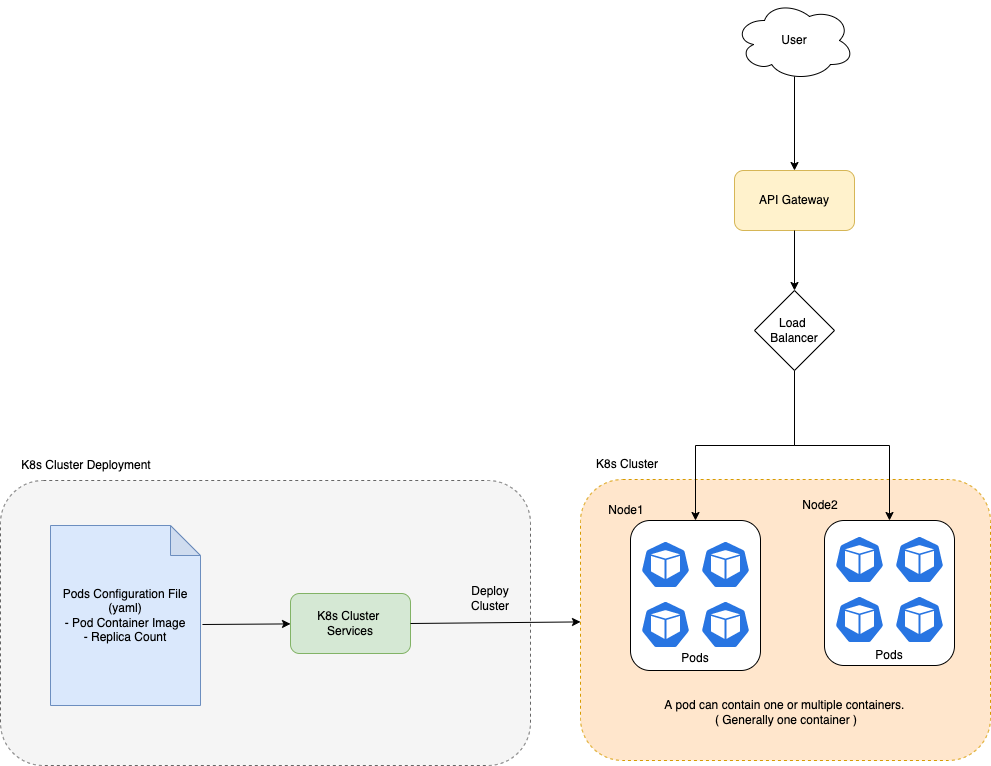
The draw.io diagram src/1_HLDDesignComponents/6_DevOps/assests/Kubernates-Architecture.png in Anshul619/HLD-System-Designs, before a commit. Source tidied: cells renumbered, new cells last; positions are measured from the earlier drawing's top-left corner, leaving out a move shared by most shapes.
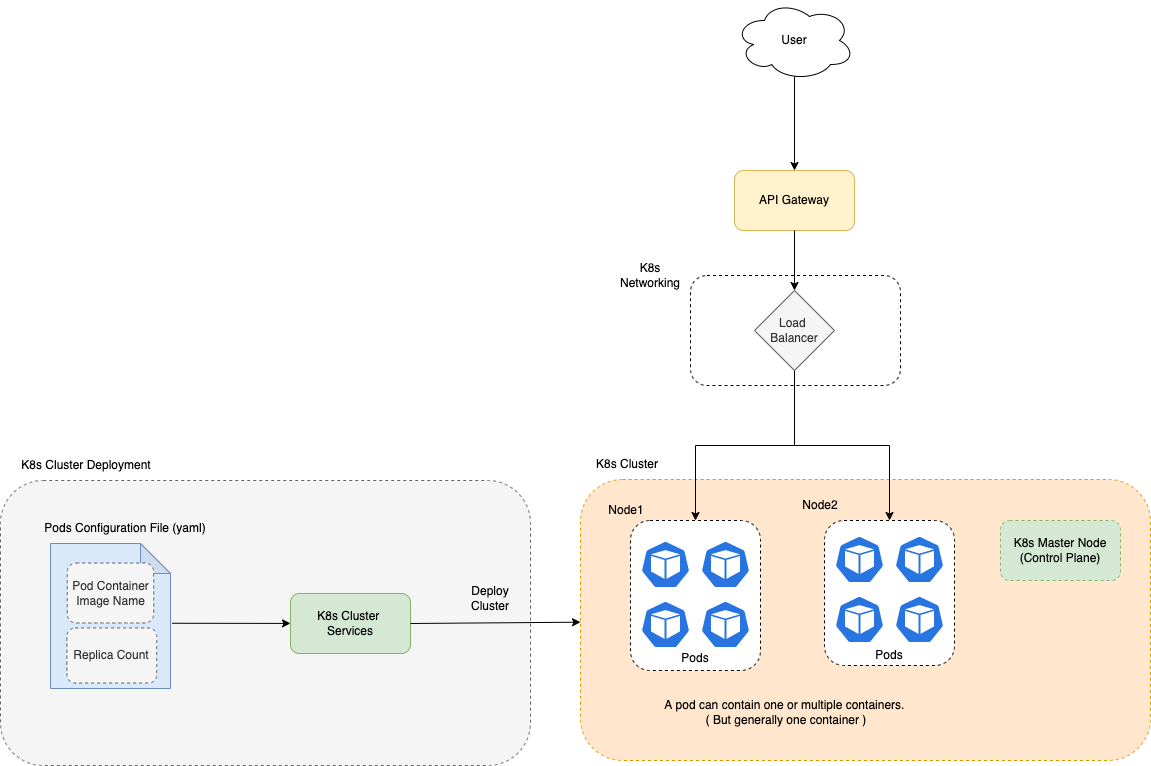
Later version of the same file.

Change to the diagram source:
```diff
@@ -2,13 +2,16 @@
   <root>
     <mxCell id="0" />
     <mxCell id="1" parent="0" />
+    <mxCell id="33" style="rounded=1;whiteSpace=wrap;html=1;dashed=1;" parent="1" vertex="1">
+      <mxGeometry x="690" y="275" width="210" height="110" as="geometry" />
+    </mxCell>
     <mxCell id="2" style="rounded=1;whiteSpace=wrap;html=1;dashed=1;fillColor=#f5f5f5;strokeColor=#666666;fontColor=#333333;" parent="1" vertex="1">
       <mxGeometry y="480" width="530" height="285" as="geometry" />
     </mxCell>
     <mxCell id="3" style="rounded=1;whiteSpace=wrap;html=1;dashed=1;fillColor=#ffe6cc;strokeColor=#d79b00;" parent="1" vertex="1">
-      <mxGeometry x="580" y="479" width="410" height="281" as="geometry" />
+      <mxGeometry x="580" y="479" width="570" height="281" as="geometry" />
     </mxCell>
-    <mxCell id="4" style="rounded=1;whiteSpace=wrap;html=1;" parent="1" vertex="1">
+    <mxCell id="4" style="rounded=1;whiteSpace=wrap;html=1;dashed=1;" parent="1" vertex="1">
       <mxGeometry x="630" y="520" width="130" height="150" as="geometry" />
     </mxCell>
     <mxCell id="5" style="sketch=0;html=1;dashed=0;whitespace=wrap;fillColor=#2875E2;strokeColor=#ffffff;shape=mxgraph.kubernetes.icon;prIcon=pod;" parent="1" vertex="1">
@@ -26,10 +29,10 @@
     <mxCell id="9" value="Node1" style="text;html=1;strokeColor=none;fillColor=none;align=center;verticalAlign=middle;whiteSpace=wrap;rounded=0;" parent="1" vertex="1">
       <mxGeometry x="596" y="495" width="60" height="30" as="geometry" />
     </mxCell>
-    <mxCell id="10" value="A pod can contain one or multiple containers. &lt;br&gt;( Generally one container )" style="text;html=1;strokeColor=none;fillColor=none;align=center;verticalAlign=middle;whiteSpace=wrap;rounded=0;" parent="1" vertex="1">
+    <mxCell id="10" value="A pod can contain one or multiple containers. &lt;br&gt;( But generally one container )" style="text;html=1;strokeColor=none;fillColor=none;align=center;verticalAlign=middle;whiteSpace=wrap;rounded=0;" parent="1" vertex="1">
       <mxGeometry x="636" y="697" width="300" height="30" as="geometry" />
     </mxCell>
-    <mxCell id="11" style="rounded=1;whiteSpace=wrap;html=1;" parent="1" vertex="1">
+    <mxCell id="11" style="rounded=1;whiteSpace=wrap;html=1;dashed=1;" parent="1" vertex="1">
       <mxGeometry x="824" y="520" width="130" height="145" as="geometry" />
     </mxCell>
     <mxCell id="12" style="sketch=0;html=1;dashed=0;whitespace=wrap;fillColor=#2875E2;strokeColor=#ffffff;shape=mxgraph.kubernetes.icon;prIcon=pod;" parent="1" vertex="1">
@@ -62,7 +65,7 @@
     <mxCell id="21" style="endArrow=classic;html=1;rounded=0;exitX=0.5;exitY=1;exitDx=0;exitDy=0;entryX=0.5;entryY=0;entryDx=0;entryDy=0;edgeStyle=orthogonalEdgeStyle;" parent="1" edge="1" source="22" target="11">
       <mxGeometry relative="1" as="geometry" />
     </mxCell>
-    <mxCell id="22" value="Load &lt;br&gt;Balancer" style="rhombus;whiteSpace=wrap;html=1;" parent="1" vertex="1">
+    <mxCell id="22" value="Load &lt;br&gt;Balancer" style="rhombus;whiteSpace=wrap;html=1;fillColor=#f5f5f5;fontColor=#333333;strokeColor=#666666;" parent="1" vertex="1">
       <mxGeometry x="754" y="290" width="80" height="80" as="geometry" />
     </mxCell>
     <mxCell id="23" value="API Gateway" style="rounded=1;whiteSpace=wrap;html=1;fillColor=#fff2cc;strokeColor=#d6b656;" parent="1" vertex="1">
@@ -77,8 +80,8 @@
     <mxCell id="26" style="endArrow=classic;html=1;rounded=0;exitX=0.5;exitY=0.95;exitDx=0;exitDy=0;exitPerimeter=0;entryX=0.5;entryY=0;entryDx=0;entryDy=0;" parent="1" edge="1" source="25" target="23">
       <mxGeometry relative="1" as="geometry" />
     </mxCell>
-    <mxCell id="27" value="Pods Configuration File (yaml)&lt;br&gt;- Pod Container Image&lt;br&gt;- Replica Count" style="shape=note;whiteSpace=wrap;html=1;backgroundOutline=1;darkOpacity=0.05;fillColor=#dae8fc;strokeColor=#6c8ebf;" parent="1" vertex="1">
-      <mxGeometry x="50" y="525" width="150" height="180" as="geometry" />
+    <mxCell id="27" style="shape=note;whiteSpace=wrap;html=1;backgroundOutline=1;darkOpacity=0.05;fillColor=#dae8fc;strokeColor=#6c8ebf;" parent="1" vertex="1">
+      <mxGeometry x="50" y="543" width="120" height="145" as="geometry" />
     </mxCell>
     <mxCell id="28" value="K8s Cluster &lt;br&gt;Services" style="rounded=1;whiteSpace=wrap;html=1;fillColor=#d5e8d4;strokeColor=#82b366;" parent="1" vertex="1">
       <mxGeometry x="290" y="593" width="120" height="60" as="geometry" />
@@ -95,5 +98,20 @@
     <mxCell id="32" value="K8s Cluster Deployment" style="text;html=1;strokeColor=none;fillColor=none;align=center;verticalAlign=middle;whiteSpace=wrap;rounded=0;dashed=1;" parent="1" vertex="1">
       <mxGeometry x="2" y="450" width="168" height="30" as="geometry" />
     </mxCell>
+    <mxCell id="34" value="K8s Master Node (Control Plane)" style="rounded=1;whiteSpace=wrap;html=1;dashed=1;fillColor=#d5e8d4;strokeColor=#82b366;" parent="1" vertex="1">
+      <mxGeometry x="1000" y="520" width="120" height="60" as="geometry" />
+    </mxCell>
+    <mxCell id="35" value="K8s Networking" style="text;html=1;strokeColor=none;fillColor=none;align=center;verticalAlign=middle;whiteSpace=wrap;rounded=0;dashed=1;" parent="1" vertex="1">
+      <mxGeometry x="620" y="260" width="60" height="30" as="geometry" />
+    </mxCell>
+    <mxCell id="36" value="Pods Configuration File (yaml)" style="text;html=1;strokeColor=none;fillColor=none;align=center;verticalAlign=middle;whiteSpace=wrap;rounded=0;dashed=1;" parent="1" vertex="1">
+      <mxGeometry x="30" y="513" width="190" height="30" as="geometry" />
+    </mxCell>
+    <mxCell id="37" value="Pod Container Image Name" style="rounded=1;whiteSpace=wrap;html=1;dashed=1;fillColor=#f5f5f5;strokeColor=#666666;fontColor=#333333;" parent="1" vertex="1">
+      <mxGeometry x="66.8" y="562.5" width="86.5" height="60" as="geometry" />
+    </mxCell>
+    <mxCell id="38" value="Replica Count" style="rounded=1;whiteSpace=wrap;html=1;dashed=1;fillColor=#f5f5f5;strokeColor=#666666;fontColor=#333333;" parent="1" vertex="1">
+      <mxGeometry x="66.4" y="627.5" width="89.9" height="55" as="geometry" />
+    </mxCell>
   </root>
 </mxGraphModel>
```
